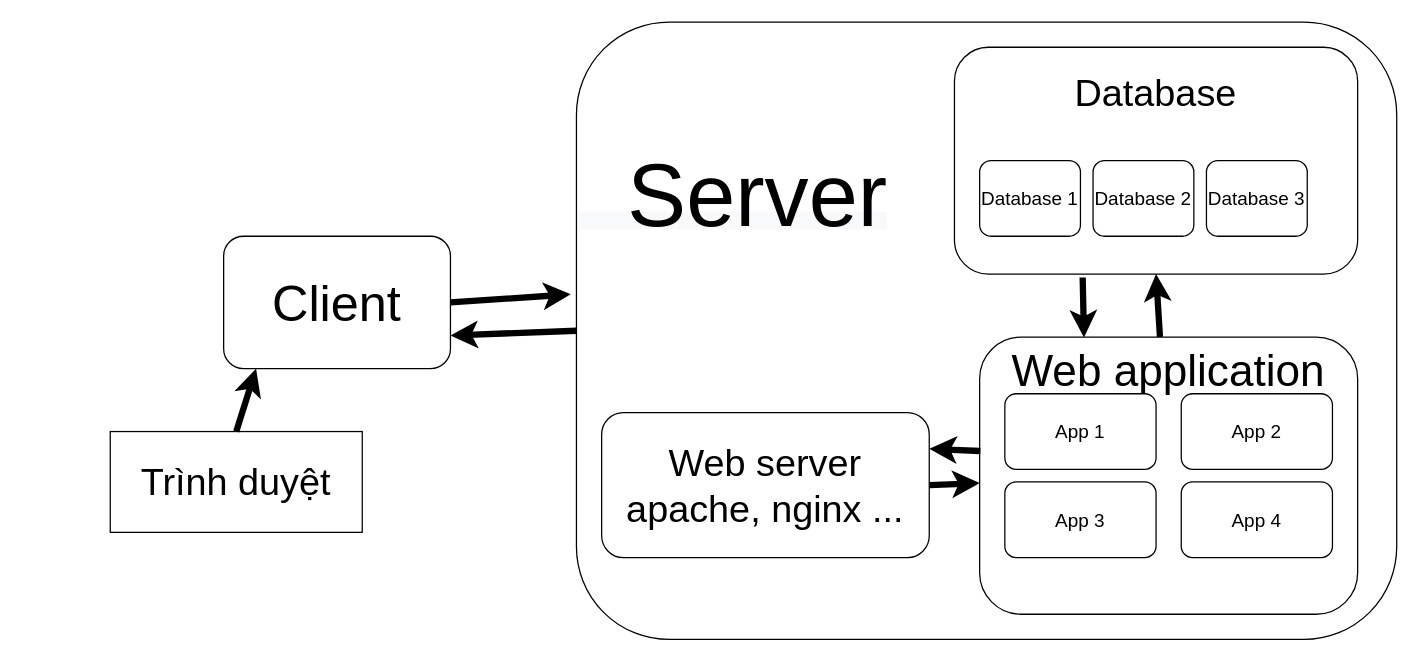
Before: Untitled Diagram.drawio in giaythuytinh176/test, a draw.io diagram. Source tidied: cells renumbered, new cells numbered last; positions are measured from the earlier drawing's top-left corner, leaving out a move shared by most shapes. Both pictures are drawn from the tidied source at 126%, with x=0, y=0 at pixel (110, 21).
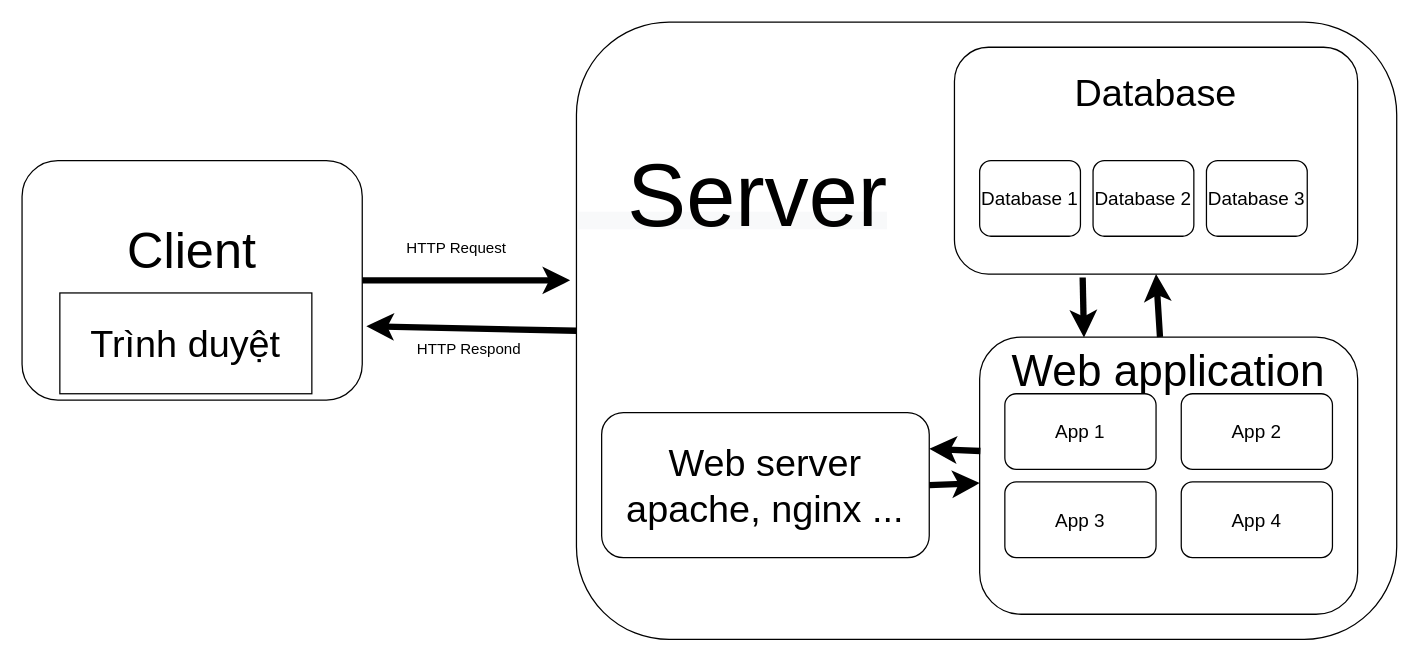
The same page after the edit.

The change refers to these unchanged cells:
```xml
<mxCell id="5" value="&lt;span style=&quot;color: rgb(0 , 0 , 0) ; font-family: &amp;#34;helvetica&amp;#34; ; font-style: normal ; font-weight: 400 ; letter-spacing: normal ; text-indent: 0px ; text-transform: none ; word-spacing: 0px ; background-color: rgb(248 , 249 , 250) ; display: inline ; float: none&quot;&gt;&lt;font style=&quot;font-size: 70px&quot;&gt;&amp;nbsp; Server&lt;br&gt;&lt;/font&gt;&lt;br&gt;&lt;br&gt;&lt;br&gt;&lt;br&gt;&lt;br&gt;&lt;br&gt;&lt;br&gt;&lt;br&gt;&lt;br&gt;&lt;br&gt;&lt;br&gt;&lt;br&gt;&lt;br&gt;&lt;br&gt;&lt;br&gt;&lt;/span&gt;" style="rounded=1;whiteSpace=wrap;html=1;align=left;" parent="1" vertex="1">
  <mxGeometry x="370" width="651" height="490" as="geometry" />
</mxCell>
```

The edit, as a diff of the source:
```diff
@@
-    <mxCell id="2" value="&lt;span style=&quot;font-size: 30px&quot;&gt;Trình duyệt&lt;/span&gt;" style="rounded=0;whiteSpace=wrap;html=1;" parent="1" vertex="1">
-      <mxGeometry y="325" width="200" height="80" as="geometry" />
-    </mxCell>
-    <mxCell id="3" value="&lt;font style=&quot;font-size: 40px&quot;&gt;Client&lt;/font&gt;" style="rounded=1;whiteSpace=wrap;html=1;" parent="1" vertex="1">
-      <mxGeometry x="90" y="170" width="180" height="105" as="geometry" />
+    <mxCell id="3" value="&lt;font style=&quot;font-size: 40px&quot;&gt;Client&lt;br&gt;&lt;br&gt;&lt;/font&gt;" style="rounded=1;whiteSpace=wrap;html=1;" parent="1" vertex="1">
+      <mxGeometry x="-70" y="110" width="270" height="190" as="geometry" />
     </mxCell>
-    <mxCell id="4" style="endArrow=classic;html=1;entryX=0.143;entryY=1.001;entryDx=0;entryDy=0;entryPerimeter=0;exitX=0.5;exitY=0;exitDx=0;exitDy=0;strokeWidth=5;" parent="1" edge="1" source="2" target="3">
-      <mxGeometry relative="1" as="geometry" />
-    </mxCell>
@@
-    <mxCell id="6" style="endArrow=classic;html=1;strokeWidth=5;exitX=1;exitY=0.5;exitDx=0;exitDy=0;entryX=-0.007;entryY=0.441;entryDx=0;entryDy=0;entryPerimeter=0;" parent="1" edge="1" source="3" target="5">
-      <mxGeometry relative="1" as="geometry" />
+    <mxCell id="6" style="endArrow=classic;html=1;strokeWidth=5;exitX=1;exitY=0.5;exitDx=0;exitDy=0;" parent="1" edge="1" source="3">
+      <mxGeometry relative="1" as="geometry">
+        <mxPoint x="365" y="205" as="targetPoint" />
+      </mxGeometry>
     </mxCell>
-    <mxCell id="7" style="endArrow=classic;html=1;strokeWidth=5;entryX=1;entryY=0.75;entryDx=0;entryDy=0;exitX=0;exitY=0.5;exitDx=0;exitDy=0;" parent="1" edge="1" source="5" target="3">
+    <mxCell id="7" style="endArrow=classic;html=1;strokeWidth=5;entryX=1.012;entryY=0.692;entryDx=0;entryDy=0;exitX=0;exitY=0.5;exitDx=0;exitDy=0;entryPerimeter=0;" parent="1" edge="1" source="5" target="3">
       <mxGeometry relative="1" as="geometry" />
     </mxCell>
@@
+    <mxCell id="2" value="&lt;span style=&quot;font-size: 30px&quot;&gt;Trình duyệt&lt;/span&gt;" style="rounded=0;whiteSpace=wrap;html=1;" parent="1" vertex="1">
+      <mxGeometry x="-40" y="215" width="200" height="80" as="geometry" />
+    </mxCell>
+    <mxCell id="22" value="HTTP Request" style="text;html=1;strokeColor=none;fillColor=none;align=center;verticalAlign=middle;whiteSpace=wrap;rounded=0;" parent="1" vertex="1">
+      <mxGeometry x="220" y="170" width="110" height="20" as="geometry" />
+    </mxCell>
+    <mxCell id="23" value="HTTP Respond" style="text;html=1;strokeColor=none;fillColor=none;align=center;verticalAlign=middle;whiteSpace=wrap;rounded=0;" parent="1" vertex="1">
+      <mxGeometry x="230" y="250" width="110" height="20" as="geometry" />
+    </mxCell>
```
